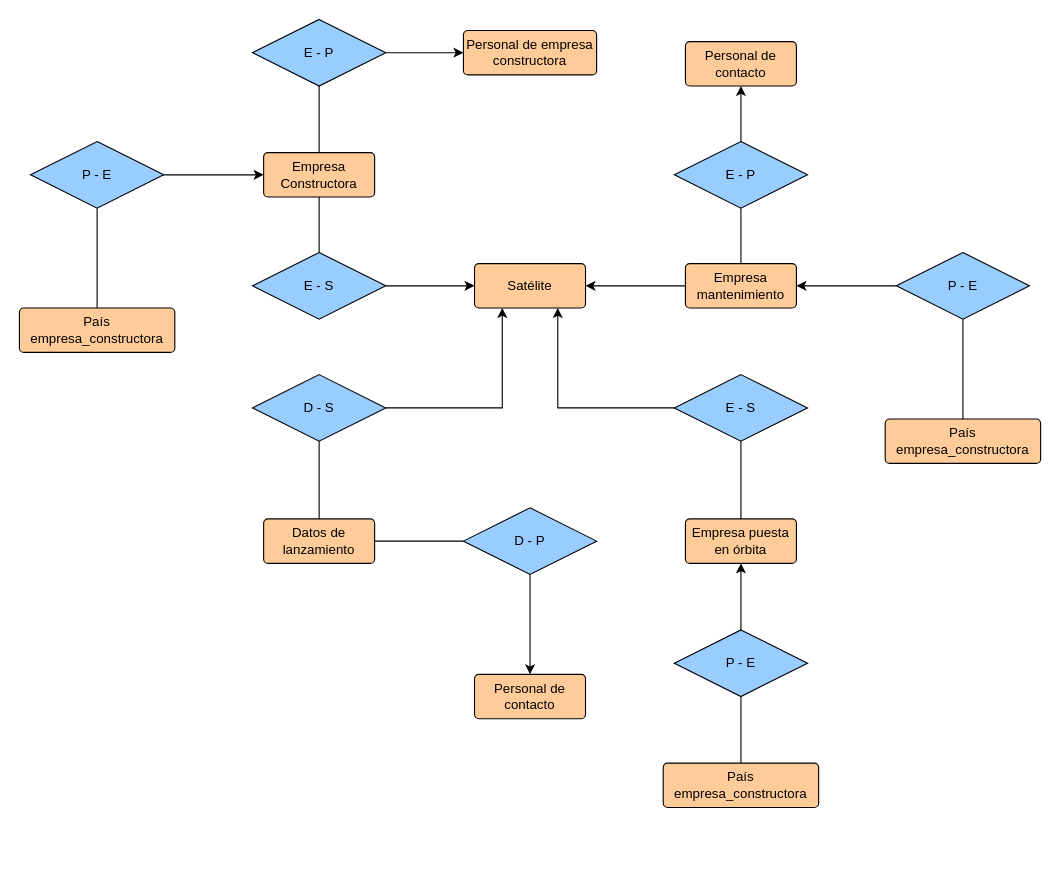
This is Untitled Diagram.drawio from smwko/PruebaGit, a draw.io file, before an edit. Source tidied: cells renumbered, new cells numbered last; positions are measured from the earlier drawing's top-left corner, leaving out a move shared by most shapes. Both pictures are drawn from the tidied source at 111%, with x=0, y=0 at pixel (19, 19).
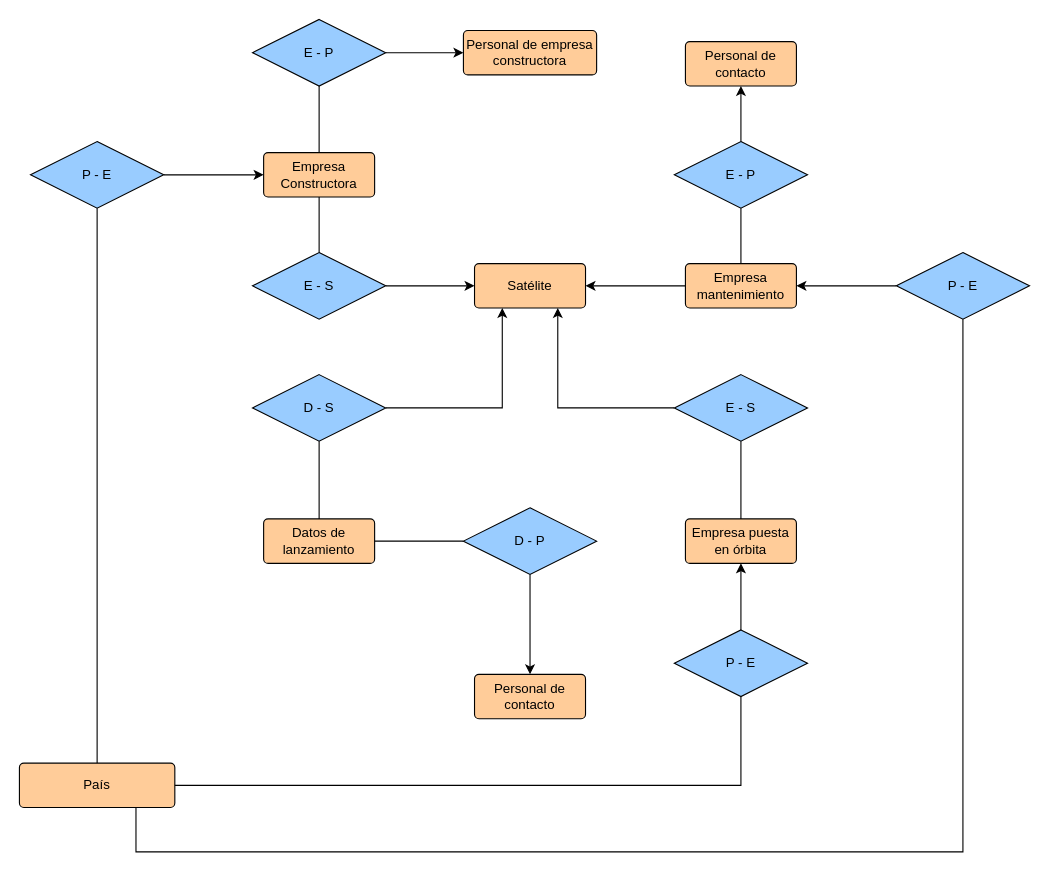
The same page after the edit.

The change refers to these unchanged cells:
```xml
<mxCell id="30" value="P - E" style="shape=rhombus;perimeter=rhombusPerimeter;whiteSpace=wrap;html=1;align=center;fillColor=#99CCFF;" parent="1" vertex="1">
  <mxGeometry x="10" y="110" width="120" height="60" as="geometry" />
</mxCell>
<mxCell id="34" value="P - E" style="shape=rhombus;perimeter=rhombusPerimeter;whiteSpace=wrap;html=1;align=center;fillColor=#99CCFF;" parent="1" vertex="1">
  <mxGeometry x="790" y="210" width="120" height="60" as="geometry" />
</mxCell>
<mxCell id="38" value="P - E" style="shape=rhombus;perimeter=rhombusPerimeter;whiteSpace=wrap;html=1;align=center;fillColor=#99CCFF;" parent="1" vertex="1">
  <mxGeometry x="590" y="550" width="120" height="60" as="geometry" />
</mxCell>
```

Diff of the diagram source:
```diff
@@
-    <mxCell id="31" style="endArrow=none;html=1;rounded=0;exitX=0.5;exitY=1;exitDx=0;exitDy=0;" parent="1" edge="1" source="30">
-      <mxGeometry relative="1" as="geometry">
-        <mxPoint x="70" y="260" as="targetPoint" />
-      </mxGeometry>
+    <mxCell id="31" style="endArrow=none;html=1;rounded=0;exitX=0.5;exitY=1;exitDx=0;exitDy=0;" parent="1" edge="1" source="30" target="32">
+      <mxGeometry relative="1" as="geometry" />
     </mxCell>
-    <mxCell id="32" value="País empresa_constructora" style="rounded=1;arcSize=10;whiteSpace=wrap;html=1;align=center;fillColor=#FFCC99;" parent="1" vertex="1">
-      <mxGeometry y="260" width="140" height="40" as="geometry" />
+    <mxCell id="32" value="País" style="rounded=1;arcSize=10;whiteSpace=wrap;html=1;align=center;fillColor=#FFCC99;" parent="1" vertex="1">
+      <mxGeometry y="670" width="140" height="40" as="geometry" />
     </mxCell>
@@
-    <mxCell id="35" style="endArrow=none;html=1;rounded=0;exitX=0.5;exitY=1;exitDx=0;exitDy=0;" parent="1" edge="1" source="34">
+    <mxCell id="35" style="endArrow=none;html=1;rounded=0;exitX=0.5;exitY=1;exitDx=0;exitDy=0;entryX=0.75;entryY=1;entryDx=0;entryDy=0;" parent="1" edge="1" source="34" target="32">
       <mxGeometry relative="1" as="geometry">
-        <mxPoint x="850" y="360" as="targetPoint" />
+        <Array as="points">
+          <mxPoint x="850" y="750" />
+          <mxPoint x="105" y="750" />
+        </Array>
       </mxGeometry>
     </mxCell>
-    <mxCell id="36" value="País empresa_constructora" style="rounded=1;arcSize=10;whiteSpace=wrap;html=1;align=center;fillColor=#FFCC99;" parent="1" vertex="1">
-      <mxGeometry x="780" y="360" width="140" height="40" as="geometry" />
-    </mxCell>
@@
-    <mxCell id="39" value="País empresa_constructora" style="rounded=1;arcSize=10;whiteSpace=wrap;html=1;align=center;fillColor=#FFCC99;" parent="1" vertex="1">
-      <mxGeometry x="580" y="670" width="140" height="40" as="geometry" />
-    </mxCell>
-    <mxCell id="40" style="endArrow=none;html=1;rounded=0;exitX=0.5;exitY=0;exitDx=0;exitDy=0;entryX=0.5;entryY=1;entryDx=0;entryDy=0;" parent="1" edge="1" source="39" target="38">
-      <mxGeometry relative="1" as="geometry" />
+    <mxCell id="40" style="endArrow=none;html=1;rounded=0;exitX=1;exitY=0.5;exitDx=0;exitDy=0;entryX=0.5;entryY=1;entryDx=0;entryDy=0;" parent="1" edge="1" source="32" target="38">
+      <mxGeometry relative="1" as="geometry">
+        <Array as="points">
+          <mxPoint x="650" y="690" />
+        </Array>
+      </mxGeometry>
     </mxCell>
```
